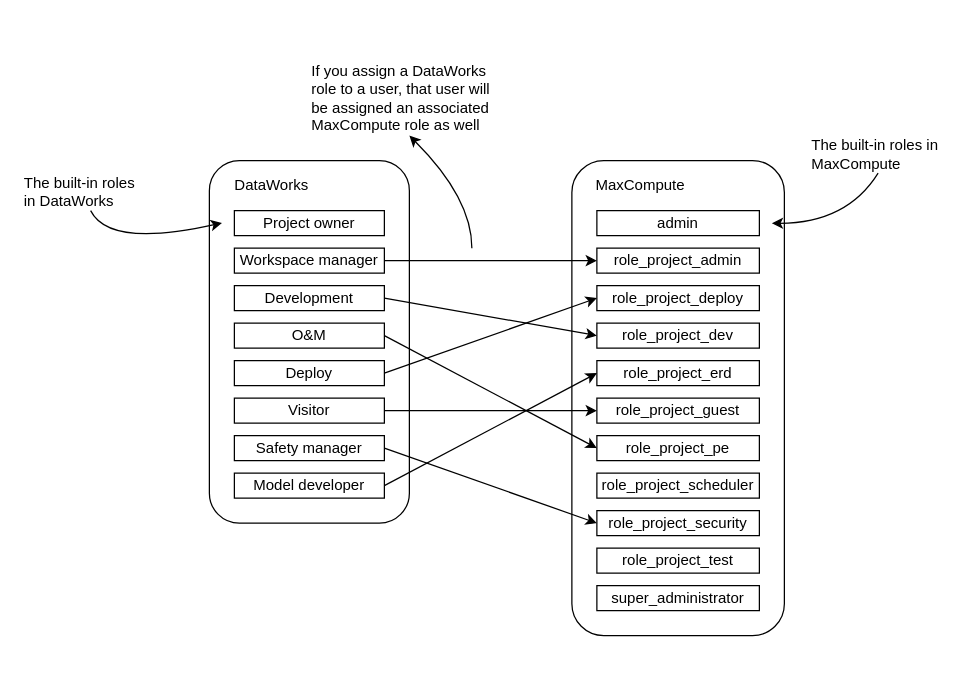
Before: user_role_model.drawio in huangdgm/webstore-v2.0, a draw.io diagram. Source tidied: cells renumbered, new cells numbered last; positions are measured from the earlier drawing's top-left corner, leaving out a move shared by most shapes. Both pictures are drawn from the tidied source at 125%, with x=0, y=0 at pixel (21, 60).
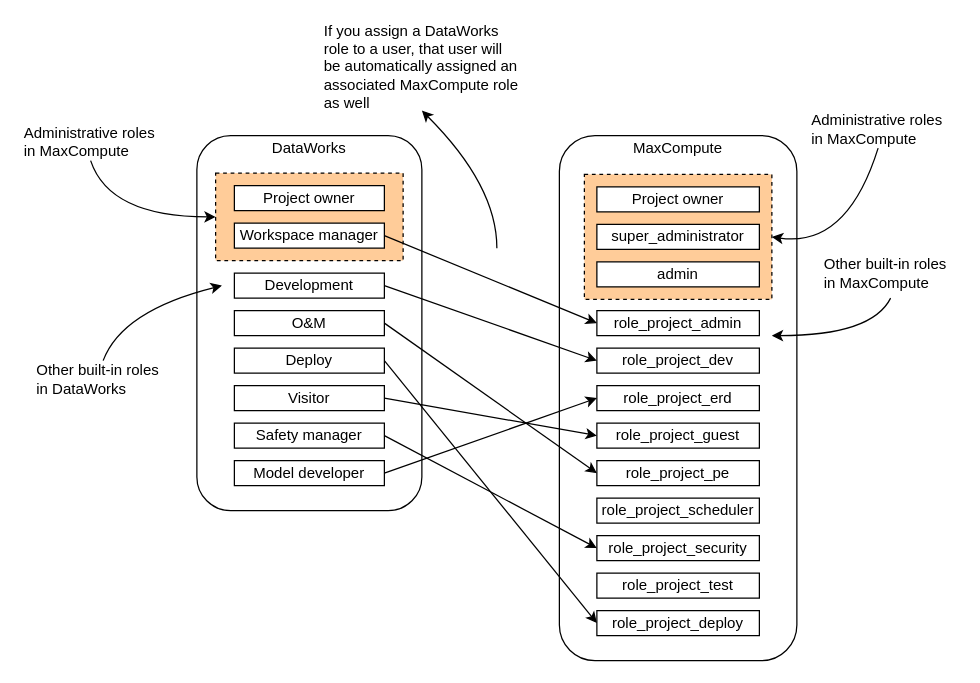
The same page after the edit.

Diff of the diagram source:
```diff
@@
     <mxCell id="2" style="rounded=1;whiteSpace=wrap;html=1;align=center;" parent="1" vertex="1">
-      <mxGeometry x="150" y="80" width="160" height="290" as="geometry" />
+      <mxGeometry x="140" y="60" width="180" height="300" as="geometry" />
     </mxCell>
+    <mxCell id="38" style="rounded=0;whiteSpace=wrap;html=1;dashed=1;fillColor=#FFCC99;" parent="1" vertex="1">
+      <mxGeometry x="155" y="90" width="150" height="70" as="geometry" />
+    </mxCell>
     <mxCell id="3" style="rounded=1;whiteSpace=wrap;html=1;" parent="1" vertex="1">
-      <mxGeometry x="440" y="80" width="170" height="380" as="geometry" />
+      <mxGeometry x="430" y="60" width="190" height="420" as="geometry" />
     </mxCell>
+    <mxCell id="39" style="rounded=0;whiteSpace=wrap;html=1;dashed=1;fillColor=#FFCC99;" parent="1" vertex="1">
+      <mxGeometry x="450" y="91" width="150" height="100" as="geometry" />
+    </mxCell>
     <mxCell id="4" value="Project owner" style="rounded=0;whiteSpace=wrap;html=1;" parent="1" vertex="1">
-      <mxGeometry x="170" y="120" width="120" height="20" as="geometry" />
+      <mxGeometry x="170" y="100" width="120" height="20" as="geometry" />
     </mxCell>
     <mxCell id="5" value="Workspace manager" style="rounded=0;whiteSpace=wrap;html=1;" parent="1" vertex="1">
-      <mxGeometry x="170" y="150" width="120" height="20" as="geometry" />
+      <mxGeometry x="170" y="130" width="120" height="20" as="geometry" />
     </mxCell>
     <mxCell id="6" value="Development" style="rounded=0;whiteSpace=wrap;html=1;" parent="1" vertex="1">
-      <mxGeometry x="170" y="180" width="120" height="20" as="geometry" />
+      <mxGeometry x="170" y="170" width="120" height="20" as="geometry" />
     </mxCell>
     <mxCell id="7" value="Visitor" style="rounded=0;whiteSpace=wrap;html=1;" parent="1" vertex="1">
-      <mxGeometry x="170" y="270" width="120" height="20" as="geometry" />
+      <mxGeometry x="170" y="260" width="120" height="20" as="geometry" />
     </mxCell>
     <mxCell id="8" value="Deploy" style="rounded=0;whiteSpace=wrap;html=1;" parent="1" vertex="1">
-      <mxGeometry x="170" y="240" width="120" height="20" as="geometry" />
+      <mxGeometry x="170" y="230" width="120" height="20" as="geometry" />
     </mxCell>
     <mxCell id="9" value="O&amp;amp;M" style="rounded=0;whiteSpace=wrap;html=1;" parent="1" vertex="1">
-      <mxGeometry x="170" y="210" width="120" height="20" as="geometry" />
+      <mxGeometry x="170" y="200" width="120" height="20" as="geometry" />
     </mxCell>
     <mxCell id="10" value="DataWorks" style="text;html=1;strokeColor=none;fillColor=none;align=center;verticalAlign=middle;whiteSpace=wrap;rounded=0;" parent="1" vertex="1">
-      <mxGeometry x="170" y="90" width="60" height="20" as="geometry" />
+      <mxGeometry x="200" y="60" width="60" height="20" as="geometry" />
     </mxCell>
     <mxCell id="11" value="admin" style="rounded=0;whiteSpace=wrap;html=1;" parent="1" vertex="1">
-      <mxGeometry x="460" y="120" width="130" height="20" as="geometry" />
+      <mxGeometry x="460" y="161" width="130" height="20" as="geometry" />
     </mxCell>
     <mxCell id="12" value="role_project_admin" style="rounded=0;whiteSpace=wrap;html=1;" parent="1" vertex="1">
-      <mxGeometry x="460" y="150" width="130" height="20" as="geometry" />
+      <mxGeometry x="460" y="200" width="130" height="20" as="geometry" />
     </mxCell>
     <mxCell id="13" value="role_project_deploy" style="rounded=0;whiteSpace=wrap;html=1;" parent="1" vertex="1">
-      <mxGeometry x="460" y="180" width="130" height="20" as="geometry" />
+      <mxGeometry x="460" y="440" width="130" height="20" as="geometry" />
     </mxCell>
     <mxCell id="14" value="role_project_dev" style="rounded=0;whiteSpace=wrap;html=1;" parent="1" vertex="1">
-      <mxGeometry x="460" y="210" width="130" height="20" as="geometry" />
+      <mxGeometry x="460" y="230" width="130" height="20" as="geometry" />
     </mxCell>
     <mxCell id="15" value="role_project_erd" style="rounded=0;whiteSpace=wrap;html=1;" parent="1" vertex="1">
-      <mxGeometry x="460" y="240" width="130" height="20" as="geometry" />
+      <mxGeometry x="460" y="260" width="130" height="20" as="geometry" />
     </mxCell>
     <mxCell id="16" value="role_project_guest" style="rounded=0;whiteSpace=wrap;html=1;" parent="1" vertex="1">
-      <mxGeometry x="460" y="270" width="130" height="20" as="geometry" />
+      <mxGeometry x="460" y="290" width="130" height="20" as="geometry" />
     </mxCell>
     <mxCell id="17" value="role_project_scheduler" style="rounded=0;whiteSpace=wrap;html=1;" parent="1" vertex="1">
-      <mxGeometry x="460" y="330" width="130" height="20" as="geometry" />
+      <mxGeometry x="460" y="350" width="130" height="20" as="geometry" />
     </mxCell>
     <mxCell id="18" value="role_project_pe" style="rounded=0;whiteSpace=wrap;html=1;" parent="1" vertex="1">
-      <mxGeometry x="460" y="300" width="130" height="20" as="geometry" />
+      <mxGeometry x="460" y="320" width="130" height="20" as="geometry" />
     </mxCell>
     <mxCell id="19" value="role_project_security" style="rounded=0;whiteSpace=wrap;html=1;" parent="1" vertex="1">
-      <mxGeometry x="460" y="360" width="130" height="20" as="geometry" />
+      <mxGeometry x="460" y="380" width="130" height="20" as="geometry" />
     </mxCell>
     <mxCell id="20" value="super_administrator" style="rounded=0;whiteSpace=wrap;html=1;" parent="1" vertex="1">
-      <mxGeometry x="460" y="420" width="130" height="20" as="geometry" />
+      <mxGeometry x="460" y="131" width="130" height="20" as="geometry" />
     </mxCell>
     <mxCell id="21" value="role_project_test" style="rounded=0;whiteSpace=wrap;html=1;" parent="1" vertex="1">
-      <mxGeometry x="460" y="390" width="130" height="20" as="geometry" />
+      <mxGeometry x="460" y="410" width="130" height="20" as="geometry" />
     </mxCell>
     <mxCell id="22" value="MaxCompute" style="text;html=1;strokeColor=none;fillColor=none;align=center;verticalAlign=middle;whiteSpace=wrap;rounded=0;" parent="1" vertex="1">
-      <mxGeometry x="460" y="90" width="70" height="20" as="geometry" />
+      <mxGeometry x="490" y="60" width="70" height="20" as="geometry" />
     </mxCell>
     <mxCell id="23" value="Safety manager" style="rounded=0;whiteSpace=wrap;html=1;" parent="1" vertex="1">
-      <mxGeometry x="170" y="300" width="120" height="20" as="geometry" />
+      <mxGeometry x="170" y="290" width="120" height="20" as="geometry" />
     </mxCell>
     <mxCell id="24" value="Model developer" style="rounded=0;whiteSpace=wrap;html=1;" parent="1" vertex="1">
-      <mxGeometry x="170" y="330" width="120" height="20" as="geometry" />
+      <mxGeometry x="170" y="320" width="120" height="20" as="geometry" />
     </mxCell>
-    <mxCell id="25" style="endArrow=classic;html=1;exitX=0.875;exitY=0.793;exitDx=0;exitDy=0;exitPerimeter=0;entryX=0;entryY=0.5;entryDx=0;entryDy=0;" parent="1" edge="1" source="2" target="19">
+    <mxCell id="25" style="endArrow=classic;html=1;exitX=1;exitY=0.5;exitDx=0;exitDy=0;entryX=0;entryY=0.5;entryDx=0;entryDy=0;" parent="1" edge="1" source="23" target="19">
       <mxGeometry relative="1" as="geometry" />
     </mxCell>
@@
-    <mxCell id="32" style="curved=1;endArrow=classic;html=1;" parent="1" edge="1">
+    <mxCell id="32" style="curved=1;endArrow=classic;html=1;entryX=0.5;entryY=1;entryDx=0;entryDy=0;" parent="1" edge="1" target="33">
       <mxGeometry relative="1" as="geometry">
-        <mxPoint x="360" y="150" as="sourcePoint" />
-        <mxPoint x="310" y="60" as="targetPoint" />
+        <mxPoint x="380" y="150" as="sourcePoint" />
         <Array as="points">
-          <mxPoint x="360" y="110" />
+          <mxPoint x="380" y="100" />
         </Array>
       </mxGeometry>
     </mxCell>
-    <mxCell id="33" value="If you assign a DataWorks role to a user, that user will be assigned an associated MaxCompute role as well" style="text;html=1;strokeColor=none;fillColor=none;align=left;verticalAlign=middle;whiteSpace=wrap;rounded=0;" parent="1" vertex="1">
-      <mxGeometry x="230" width="150" height="60" as="geometry" />
+    <mxCell id="33" value="If you assign a DataWorks role to a user, that user will be automatically assigned an associated MaxCompute role as well" style="text;html=1;strokeColor=none;fillColor=none;align=left;verticalAlign=middle;whiteSpace=wrap;rounded=0;" parent="1" vertex="1">
+      <mxGeometry x="240" y="-30" width="160" height="70" as="geometry" />
     </mxCell>
-    <mxCell id="34" value="The built-in&amp;nbsp;roles in&amp;nbsp;DataWorks" style="text;html=1;strokeColor=none;fillColor=none;align=left;verticalAlign=middle;whiteSpace=wrap;rounded=0;" parent="1" vertex="1">
-      <mxGeometry y="90" width="110" height="30" as="geometry" />
+    <mxCell id="34" value="Other built-in&amp;nbsp;roles in&amp;nbsp;DataWorks" style="text;html=1;strokeColor=none;fillColor=none;align=left;verticalAlign=middle;whiteSpace=wrap;rounded=0;" parent="1" vertex="1">
+      <mxGeometry x="10" y="240" width="110" height="30" as="geometry" />
     </mxCell>
-    <mxCell id="35" style="curved=1;endArrow=classic;html=1;exitX=0.5;exitY=1;exitDx=0;exitDy=0;entryX=0.063;entryY=0.172;entryDx=0;entryDy=0;entryPerimeter=0;" parent="1" edge="1" source="34" target="2">
+    <mxCell id="35" style="curved=1;endArrow=classic;html=1;exitX=0.5;exitY=0;exitDx=0;exitDy=0;entryX=0.111;entryY=0.4;entryDx=0;entryDy=0;entryPerimeter=0;" parent="1" edge="1" source="34" target="2">
       <mxGeometry relative="1" as="geometry">
         <Array as="points">
-          <mxPoint x="70" y="150" />
+          <mxPoint x="80" y="200" />
         </Array>
       </mxGeometry>
     </mxCell>
-    <mxCell id="36" style="curved=1;endArrow=classic;html=1;entryX=0.941;entryY=0.132;entryDx=0;entryDy=0;entryPerimeter=0;exitX=0.5;exitY=1;exitDx=0;exitDy=0;" parent="1" edge="1" source="37" target="3">
+    <mxCell id="36" style="curved=1;endArrow=classic;html=1;entryX=1;entryY=0.5;entryDx=0;entryDy=0;exitX=0.5;exitY=1;exitDx=0;exitDy=0;" parent="1" edge="1" source="37" target="39">
       <mxGeometry relative="1" as="geometry">
         <Array as="points">
-          <mxPoint x="660" y="130" />
+          <mxPoint x="660" y="150" />
         </Array>
       </mxGeometry>
     </mxCell>
-    <mxCell id="37" value="The built-in roles in MaxCompute" style="text;html=1;strokeColor=none;fillColor=none;align=left;verticalAlign=middle;whiteSpace=wrap;rounded=0;" parent="1" vertex="1">
-      <mxGeometry x="630" y="60" width="110" height="30" as="geometry" />
+    <mxCell id="37" value="Administrative roles in MaxCompute" style="text;html=1;strokeColor=none;fillColor=none;align=left;verticalAlign=middle;whiteSpace=wrap;rounded=0;" parent="1" vertex="1">
+      <mxGeometry x="630" y="40" width="110" height="30" as="geometry" />
     </mxCell>
+    <mxCell id="40" value="Project owner" style="rounded=0;whiteSpace=wrap;html=1;" parent="1" vertex="1">
+      <mxGeometry x="460" y="101" width="130" height="20" as="geometry" />
+    </mxCell>
+    <mxCell id="41" value="&lt;span&gt;Other built-in roles in MaxCompute&lt;/span&gt;" style="text;html=1;strokeColor=none;fillColor=none;align=left;verticalAlign=middle;whiteSpace=wrap;rounded=0;dashed=1;" parent="1" vertex="1">
+      <mxGeometry x="640" y="150" width="110" height="40" as="geometry" />
+    </mxCell>
+    <mxCell id="42" style="curved=1;endArrow=classic;html=1;exitX=0.5;exitY=1;exitDx=0;exitDy=0;" parent="1" edge="1" source="41">
+      <mxGeometry relative="1" as="geometry">
+        <mxPoint x="600" y="220" as="targetPoint" />
+        <Array as="points">
+          <mxPoint x="680" y="220" />
+        </Array>
+      </mxGeometry>
+    </mxCell>
+    <mxCell id="43" value="Administrative roles in MaxCompute" style="text;html=1;strokeColor=none;fillColor=none;align=left;verticalAlign=middle;whiteSpace=wrap;rounded=0;" parent="1" vertex="1">
+      <mxGeometry y="50" width="110" height="30" as="geometry" />
+    </mxCell>
+    <mxCell id="44" style="curved=1;endArrow=classic;html=1;entryX=0;entryY=0.5;entryDx=0;entryDy=0;exitX=0.5;exitY=1;exitDx=0;exitDy=0;" parent="1" edge="1" source="43" target="38">
+      <mxGeometry relative="1" as="geometry">
+        <Array as="points">
+          <mxPoint x="70" y="125" />
+        </Array>
+      </mxGeometry>
+    </mxCell>
```
